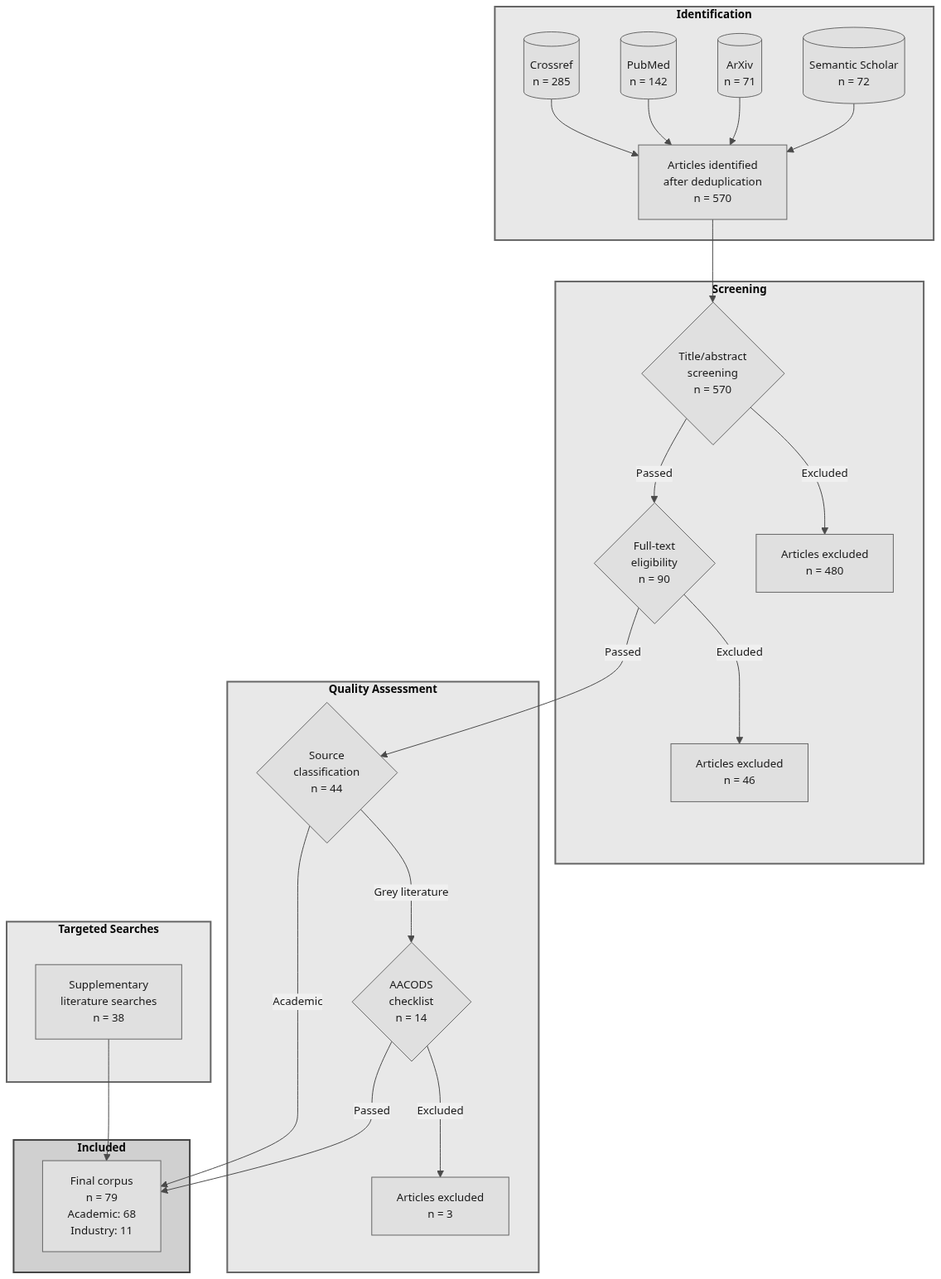
stharrold/yuimedi-paper-20250901 keeps this Mermaid diagram as figures/literature-flow.mmd.png. Above is the earlier version. Its source is kept beside it as figures/literature-flow.mmd.
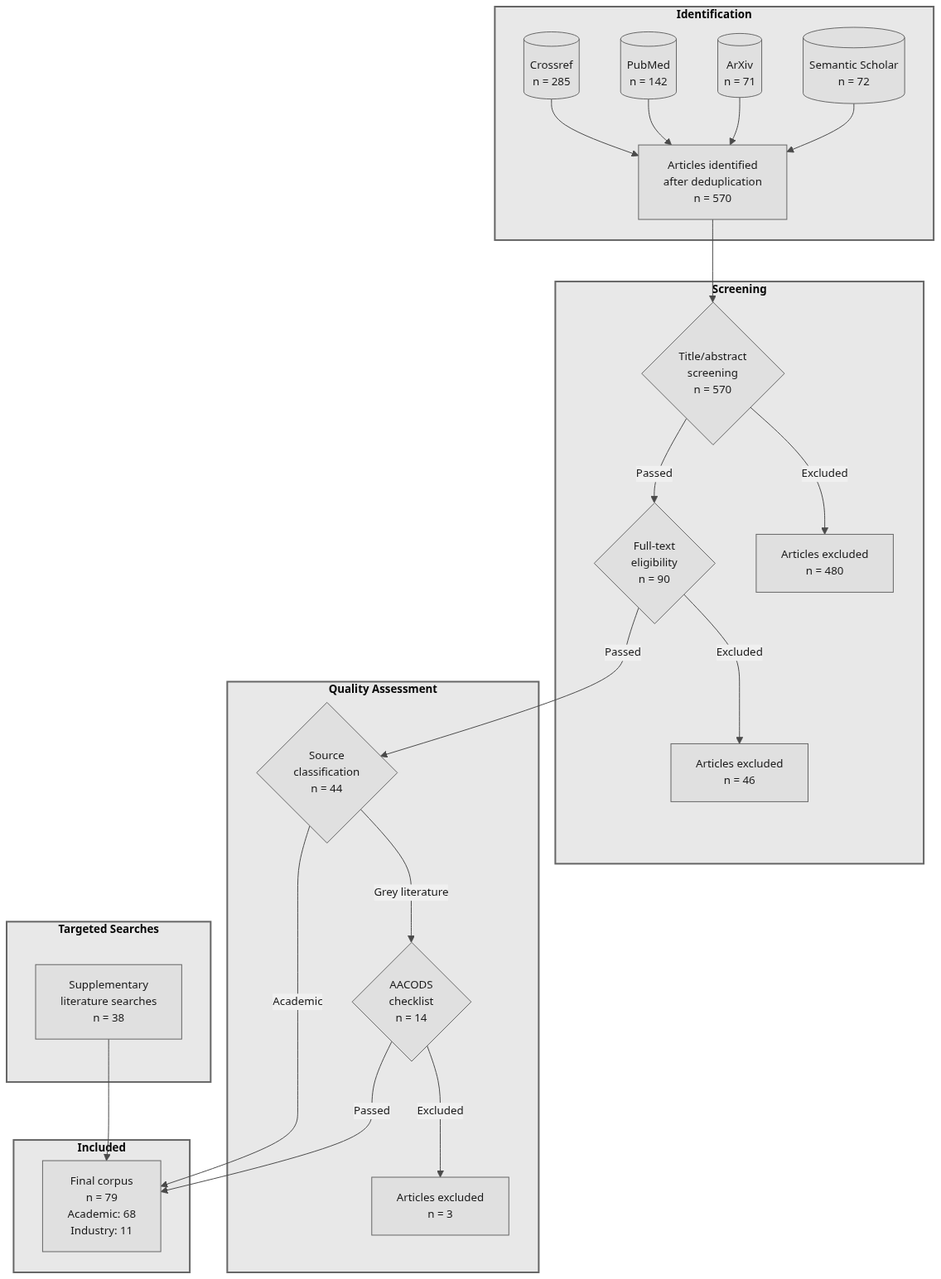
The same diagram one commit later.

Commit message:
style(figures): make Included subgraph consistent with other subgraphs

Diff of the diagram source:
```diff
@@ -36,4 +36,4 @@
     style SC fill:#e8e8e8,stroke:#666,stroke-width:2px
     style QA fill:#e8e8e8,stroke:#666,stroke-width:2px
     style TS fill:#e8e8e8,stroke:#666,stroke-width:2px
-    style IN fill:#d0d0d0,stroke:#444,stroke-width:2px
+    style IN fill:#e8e8e8,stroke:#666,stroke-width:2px
```
